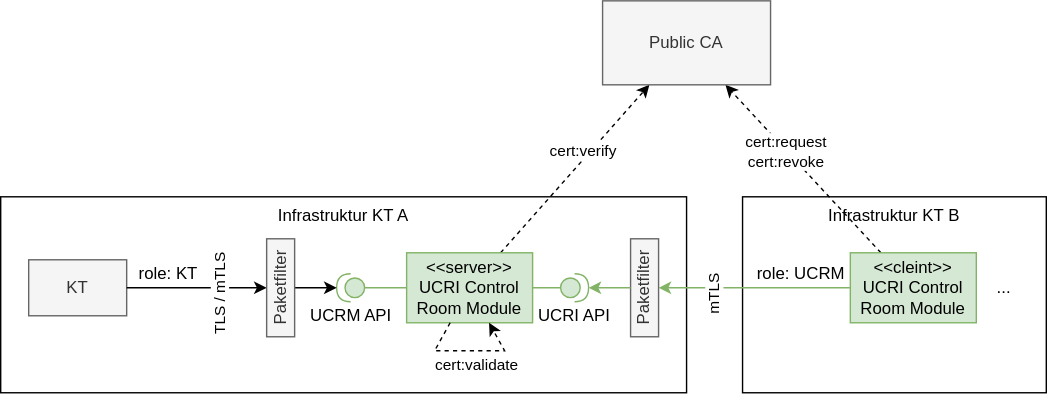
Above: staging/spec/ucrm-protocol.drawio.svg in PMeV-EFUL/ucri2 (draw.io), before the change. Source tidied: cells renumbered, new cells last; positions are measured from the earlier drawing's top-left corner, leaving out a move shared by most shapes.
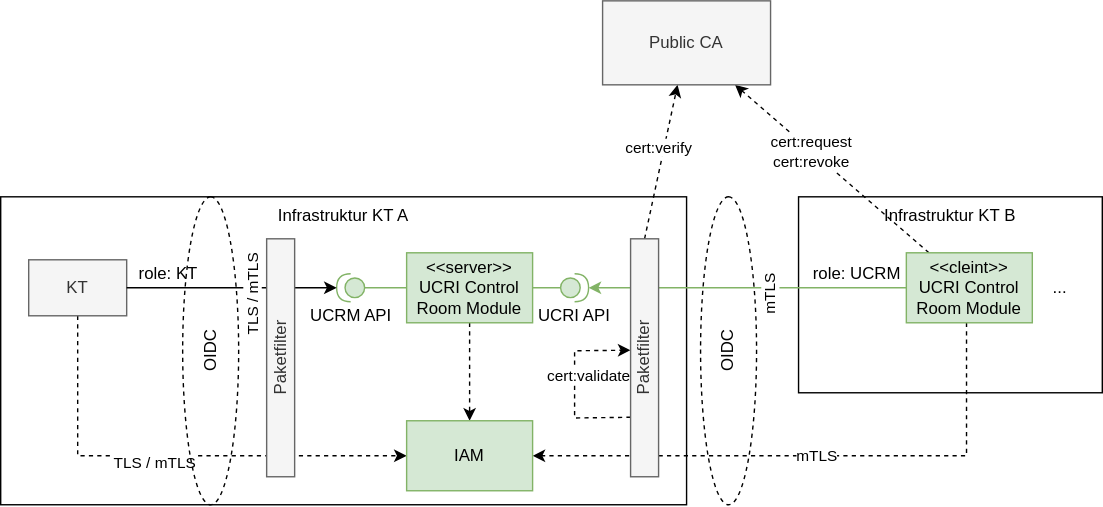
Later version of the same file.

Commit message:
feat: OIDC zusätzlich zu mTLS

What changed in the source:
```diff
@@ -2,8 +2,18 @@
   <root>
     <mxCell id="0" />
     <mxCell id="1" parent="0" />
+    <mxCell id="25" value="mTLS" style="edgeStyle=orthogonalEdgeStyle;rounded=0;jettySize=auto;html=1;dashed=1;" parent="1" edge="1" source="12" target="28">
+      <mxGeometry relative="1" as="geometry">
+        <Array as="points">
+          <mxPoint x="690" y="325" />
+        </Array>
+      </mxGeometry>
+    </mxCell>
+    <mxCell id="8" value="Infrastruktur KT B" style="rounded=0;whiteSpace=wrap;html=1;fillColor=none;verticalAlign=top;" parent="1" vertex="1">
+      <mxGeometry x="570" y="140" width="217" height="140" as="geometry" />
+    </mxCell>
     <mxCell id="2" value="Infrastruktur KT A" style="rounded=0;whiteSpace=wrap;html=1;fillColor=none;verticalAlign=top;" parent="1" vertex="1">
-      <mxGeometry y="140" width="490" height="140" as="geometry" />
+      <mxGeometry y="140" width="490" height="220" as="geometry" />
     </mxCell>
     <mxCell id="3" style="edgeStyle=orthogonalEdgeStyle;rounded=0;jettySize=auto;html=1;endArrow=none;endFill=0;fillColor=#d5e8d4;strokeColor=#82b366;" parent="1" edge="1" source="4" target="7">
       <mxGeometry relative="1" as="geometry" />
@@ -11,18 +21,30 @@
     <mxCell id="4" value="UCRM API" style="shape=providedRequiredInterface;html=1;verticalLabelPosition=bottom;sketch=0;direction=west;fillColor=#d5e8d4;strokeColor=#82b366;" parent="1" vertex="1">
       <mxGeometry x="240" y="195" width="20" height="20" as="geometry" />
     </mxCell>
+    <mxCell id="26" value="TLS / mTLS" style="edgeStyle=orthogonalEdgeStyle;rounded=0;jettySize=auto;html=1;dashed=1;" parent="1" edge="1" source="5" target="28">
+      <mxGeometry x="-0.07" y="-5" relative="1" as="geometry">
+        <Array as="points">
+          <mxPoint x="55" y="325" />
+        </Array>
+      </mxGeometry>
+    </mxCell>
     <mxCell id="5" value="KT" style="rounded=0;whiteSpace=wrap;html=1;fillColor=#f5f5f5;fontColor=#333333;strokeColor=#666666;" parent="1" vertex="1">
       <mxGeometry x="20" y="185" width="70" height="40" as="geometry" />
     </mxCell>
-    <mxCell id="6" value="cert:verify" style="rounded=0;jettySize=auto;html=1;dashed=1;" parent="1" edge="1" source="7" target="19">
+    <mxCell id="6" value="cert:verify" style="rounded=0;jettySize=auto;html=1;dashed=1;exitX=0.5;exitY=0;exitDx=0;exitDy=0;" parent="1" edge="1" source="23" target="19">
       <mxGeometry x="0.17" y="4" relative="1" as="geometry" />
     </mxCell>
+    <mxCell id="27" style="edgeStyle=orthogonalEdgeStyle;rounded=0;jettySize=auto;html=1;dashed=1;exitX=0.5;exitY=1;exitDx=0;exitDy=0;" parent="1" edge="1" source="7" target="28">
+      <mxGeometry relative="1" as="geometry">
+        <Array as="points">
+          <mxPoint x="335" y="250" />
+          <mxPoint x="335" y="250" />
+        </Array>
+      </mxGeometry>
+    </mxCell>
     <mxCell id="7" value="&lt;div&gt;&amp;lt;&amp;lt;server&amp;gt;&amp;gt;&lt;/div&gt;UCRI Control Room Module" style="rounded=0;whiteSpace=wrap;html=1;fillColor=#d5e8d4;strokeColor=#82b366;" parent="1" vertex="1">
       <mxGeometry x="290" y="180" width="90" height="50" as="geometry" />
     </mxCell>
-    <mxCell id="8" value="Infrastruktur KT B" style="rounded=0;whiteSpace=wrap;html=1;fillColor=none;verticalAlign=top;" parent="1" vertex="1">
-      <mxGeometry x="530" y="140" width="217" height="140" as="geometry" />
-    </mxCell>
     <mxCell id="9" style="edgeStyle=orthogonalEdgeStyle;rounded=0;jettySize=auto;html=1;endArrow=none;endFill=0;fillColor=#d5e8d4;strokeColor=#82b366;" parent="1" edge="1" source="10" target="7">
       <mxGeometry relative="1" as="geometry" />
     </mxCell>
@@ -33,16 +55,13 @@
       <mxGeometry x="0.21" y="1" relative="1" as="geometry" />
     </mxCell>
     <mxCell id="12" value="&lt;div&gt;&amp;lt;&amp;lt;cleint&amp;gt;&amp;gt;&lt;/div&gt;UCRI Control Room Module" style="rounded=0;whiteSpace=wrap;html=1;fillColor=#d5e8d4;strokeColor=#82b366;" parent="1" vertex="1">
-      <mxGeometry x="607" y="180" width="90" height="50" as="geometry" />
+      <mxGeometry x="647" y="180" width="90" height="50" as="geometry" />
     </mxCell>
     <mxCell id="13" value="..." style="text;html=1;strokeColor=none;fillColor=none;align=center;verticalAlign=middle;whiteSpace=wrap;rounded=0;" parent="1" vertex="1">
-      <mxGeometry x="687" y="190" width="60" height="30" as="geometry" />
+      <mxGeometry x="727" y="190" width="60" height="30" as="geometry" />
     </mxCell>
-    <mxCell id="14" style="edgeStyle=orthogonalEdgeStyle;rounded=0;jettySize=auto;html=1;entryX=1;entryY=0.5;entryDx=0;entryDy=0;entryPerimeter=0;verticalAlign=middle;horizontal=0;" parent="1" edge="1" source="22" target="4">
-      <mxGeometry x="-0.11" y="-5" relative="1" as="geometry" />
-    </mxCell>
-    <mxCell id="15" value="mTLS" style="edgeStyle=orthogonalEdgeStyle;rounded=0;jettySize=auto;html=1;fillColor=#d5e8d4;strokeColor=#82b366;horizontal=0;" parent="1" edge="1" source="12" target="23">
-      <mxGeometry x="0.42" y="5" relative="1" as="geometry" />
+    <mxCell id="15" value="mTLS" style="edgeStyle=orthogonalEdgeStyle;rounded=0;jettySize=auto;html=1;fillColor=#d5e8d4;strokeColor=#82b366;horizontal=0;entryX=1;entryY=0.5;entryDx=0;entryDy=0;entryPerimeter=0;" parent="1" edge="1" source="12" target="10">
+      <mxGeometry x="-0.15" y="5" relative="1" as="geometry" />
     </mxCell>
     <mxCell id="16" value="role: KT" style="text;html=1;align=center;verticalAlign=middle;whiteSpace=wrap;rounded=0;" parent="1" vertex="1">
       <mxGeometry x="90" y="180" width="60" height="30" as="geometry" />
@@ -51,29 +70,36 @@
       <mxGeometry x="380" y="210" width="60" height="30" as="geometry" />
     </mxCell>
     <mxCell id="18" value="role: UCRM" style="text;html=1;align=center;verticalAlign=middle;whiteSpace=wrap;rounded=0;" parent="1" vertex="1">
-      <mxGeometry x="537" y="180" width="70" height="30" as="geometry" />
+      <mxGeometry x="577" y="180" width="70" height="30" as="geometry" />
     </mxCell>
     <mxCell id="19" value="Public CA" style="rounded=0;whiteSpace=wrap;html=1;fillColor=#f5f5f5;fontColor=#333333;strokeColor=#666666;" parent="1" vertex="1">
       <mxGeometry x="430" width="120" height="60" as="geometry" />
     </mxCell>
-    <mxCell id="20" value="cert:validate" style="edgeStyle=none;shape=connector;rounded=0;orthogonalLoop=1;jettySize=auto;html=1;dashed=1;strokeColor=default;align=center;verticalAlign=middle;fontFamily=Helvetica;fontSize=11;fontColor=default;labelBackgroundColor=default;endArrow=classic;" parent="1" edge="1" source="7" target="7">
+    <mxCell id="20" value="cert:validate" style="edgeStyle=none;shape=connector;rounded=0;orthogonalLoop=1;jettySize=auto;html=1;dashed=1;strokeColor=default;align=center;verticalAlign=middle;fontFamily=Helvetica;fontSize=11;fontColor=default;labelBackgroundColor=default;endArrow=classic;exitX=0;exitY=0.75;exitDx=0;exitDy=0;entryX=-0.003;entryY=0.468;entryDx=0;entryDy=0;entryPerimeter=0;" parent="1" edge="1" source="23" target="23">
       <mxGeometry x="0.1" y="-10" relative="1" as="geometry">
         <Array as="points">
-          <mxPoint x="360" y="250" />
+          <mxPoint x="410" y="298" />
+          <mxPoint x="410" y="250" />
         </Array>
       </mxGeometry>
     </mxCell>
-    <mxCell id="21" value="&lt;span style=&quot;color: rgb(0, 0, 0); font-family: Helvetica; font-size: 11px; font-style: normal; font-variant-ligatures: normal; font-variant-caps: normal; font-weight: 400; letter-spacing: normal; orphans: 2; text-align: center; text-indent: 0px; text-transform: none; widows: 2; word-spacing: 0px; -webkit-text-stroke-width: 0px; white-space: nowrap; background-color: rgb(255, 255, 255); text-decoration-thickness: initial; text-decoration-style: initial; text-decoration-color: initial; float: none; display: inline !important;&quot;&gt;TLS / mTLS&lt;/span&gt;" style="edgeStyle=orthogonalEdgeStyle;rounded=0;jettySize=auto;html=1;verticalAlign=middle;horizontal=0;" parent="1" edge="1" source="5" target="22">
-      <mxGeometry x="0.33" y="-5" relative="1" as="geometry" />
+    <mxCell id="21" value="&lt;span style=&quot;color: rgb(0, 0, 0); font-family: Helvetica; font-size: 11px; font-style: normal; font-variant-ligatures: normal; font-variant-caps: normal; font-weight: 400; letter-spacing: normal; orphans: 2; text-align: center; text-indent: 0px; text-transform: none; widows: 2; word-spacing: 0px; -webkit-text-stroke-width: 0px; white-space: nowrap; background-color: rgb(255, 255, 255); text-decoration-thickness: initial; text-decoration-style: initial; text-decoration-color: initial; float: none; display: inline !important;&quot;&gt;TLS / mTLS&lt;/span&gt;" style="edgeStyle=orthogonalEdgeStyle;rounded=0;jettySize=auto;html=1;verticalAlign=middle;horizontal=0;entryX=1;entryY=0.5;entryDx=0;entryDy=0;entryPerimeter=0;" parent="1" edge="1" source="5" target="4">
+      <mxGeometry x="0.2" y="-5" relative="1" as="geometry" />
     </mxCell>
     <mxCell id="22" value="Paketfilter" style="rounded=0;whiteSpace=wrap;html=1;fillColor=#f5f5f5;fontColor=#333333;strokeColor=#666666;horizontal=0;" parent="1" vertex="1">
-      <mxGeometry x="190" y="170" width="20" height="70" as="geometry" />
+      <mxGeometry x="190" y="170" width="20" height="170" as="geometry" />
     </mxCell>
     <mxCell id="23" value="Paketfilter" style="rounded=0;whiteSpace=wrap;html=1;fillColor=#f5f5f5;fontColor=#333333;strokeColor=#666666;horizontal=0;" parent="1" vertex="1">
-      <mxGeometry x="450" y="170" width="20" height="70" as="geometry" />
+      <mxGeometry x="450" y="170" width="20" height="170" as="geometry" />
     </mxCell>
-    <mxCell id="24" style="edgeStyle=orthogonalEdgeStyle;rounded=0;jettySize=auto;html=1;entryX=1;entryY=0.5;entryDx=0;entryDy=0;entryPerimeter=0;strokeColor=#82b366;align=center;verticalAlign=middle;fontFamily=Helvetica;fontSize=11;fontColor=default;labelBackgroundColor=default;endArrow=classic;fillColor=#d5e8d4;" parent="1" edge="1" source="23" target="10">
-      <mxGeometry relative="1" as="geometry" />
-    </mxCell>
+    <mxCell id="28" value="&lt;div&gt;&lt;span style=&quot;background-color: transparent; color: light-dark(rgb(0, 0, 0), rgb(255, 255, 255));&quot;&gt;IAM&lt;/span&gt;&lt;br&gt;&lt;/div&gt;" style="rounded=0;whiteSpace=wrap;html=1;fillColor=#d5e8d4;strokeColor=#82b366;" parent="1" vertex="1">
+      <mxGeometry x="290" y="300" width="90" height="50" as="geometry" />
+    </mxCell>
+    <mxCell id="29" value="OIDC" style="ellipse;whiteSpace=wrap;html=1;rotation=-90;fillColor=none;dashed=1;" parent="1" vertex="1">
+      <mxGeometry x="410" y="230" width="220" height="40" as="geometry" />
+    </mxCell>
+    <mxCell id="30" value="OIDC" style="ellipse;whiteSpace=wrap;html=1;rotation=-90;fillColor=none;dashed=1;" parent="1" vertex="1">
+      <mxGeometry x="40" y="230" width="220" height="40" as="geometry" />
+    </mxCell>
   </root>
 </mxGraphModel>
```
